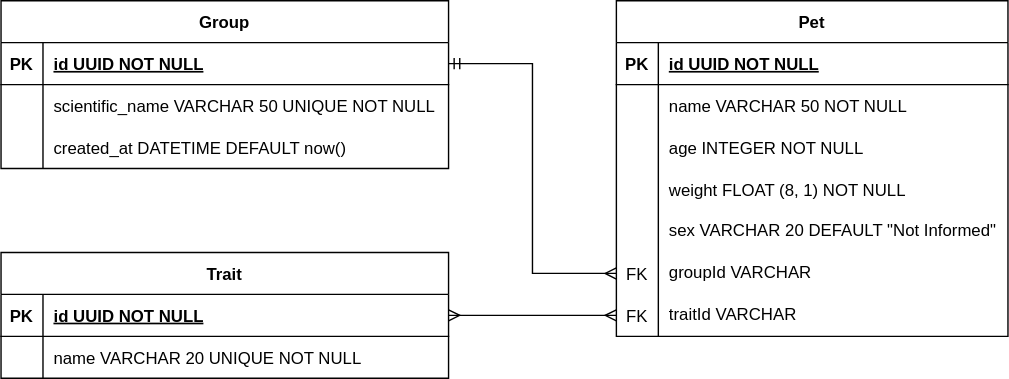
The draw.io diagram ER_Diagram.svg in Kenzie-Academy-Brasil-Developers/django--pet-care-kenzieAcademy, before a commit. Source tidied: cells renumbered, new cells last; positions are measured from the earlier drawing's top-left corner, leaving out a move shared by most shapes.
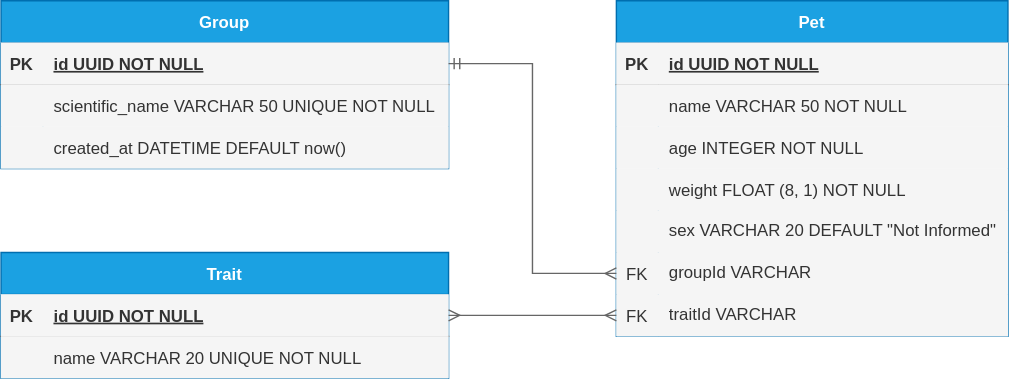
The same file after the commit.

Commit message:
CHORE: Adição do README.md detalhado da aplicação

Diff of the diagram source:
```diff
@@ -2,127 +2,127 @@
   <root>
     <mxCell id="0" />
     <mxCell id="1" parent="0" />
-    <mxCell id="2" value="Pet" style="shape=table;startSize=30;rowLines=0;fontStyle=1;align=center;" parent="1" vertex="1">
+    <mxCell id="2" value="Pet" style="shape=table;startSize=30;rowLines=0;fontStyle=1;align=center;fillColor=#1ba1e2;strokeColor=#006EAF;fontColor=#ffffff;" parent="1" vertex="1">
       <mxGeometry x="440" width="280" height="240" as="geometry" />
     </mxCell>
-    <mxCell id="3" style="shape=tableRow;horizontal=0;startSize=0;swimlaneHead=0;swimlaneBody=0;fillColor=none;top=0;left=0;right=0;bottom=1;" parent="2" vertex="1">
+    <mxCell id="3" style="shape=tableRow;horizontal=0;startSize=0;swimlaneHead=0;swimlaneBody=0;fillColor=#f5f5f5;top=0;left=0;right=0;bottom=1;strokeColor=#666666;fontColor=#333333;" parent="2" vertex="1">
       <mxGeometry y="30" width="280" height="30" as="geometry" />
     </mxCell>
-    <mxCell id="4" value="PK" style="shape=partialRectangle;fillColor=none;top=0;left=0;bottom=0;right=0;fontStyle=1;overflow=hidden;" parent="3" vertex="1">
+    <mxCell id="4" value="PK" style="shape=partialRectangle;fillColor=#f5f5f5;top=0;left=0;bottom=0;right=0;fontStyle=1;overflow=hidden;strokeColor=#666666;fontColor=#333333;" parent="3" vertex="1">
       <mxGeometry width="30" height="30" as="geometry" />
     </mxCell>
-    <mxCell id="5" value="id UUID NOT NULL" style="shape=partialRectangle;fillColor=none;top=0;left=0;bottom=0;right=0;align=left;spacingLeft=6;fontStyle=5;overflow=hidden;" parent="3" vertex="1">
+    <mxCell id="5" value="id UUID NOT NULL" style="shape=partialRectangle;fillColor=#f5f5f5;top=0;left=0;bottom=0;right=0;align=left;spacingLeft=6;fontStyle=5;overflow=hidden;strokeColor=#666666;fontColor=#333333;" parent="3" vertex="1">
       <mxGeometry x="30" width="250" height="30" as="geometry" />
     </mxCell>
-    <mxCell id="6" style="shape=tableRow;horizontal=0;startSize=0;swimlaneHead=0;swimlaneBody=0;fillColor=none;top=0;left=0;right=0;bottom=0;" parent="2" vertex="1">
+    <mxCell id="6" style="shape=tableRow;horizontal=0;startSize=0;swimlaneHead=0;swimlaneBody=0;fillColor=#f5f5f5;top=0;left=0;right=0;bottom=0;strokeColor=#666666;fontColor=#333333;" parent="2" vertex="1">
       <mxGeometry y="60" width="280" height="30" as="geometry" />
     </mxCell>
-    <mxCell id="7" style="shape=partialRectangle;fillColor=none;top=0;left=0;bottom=0;right=0;overflow=hidden;" parent="6" vertex="1">
+    <mxCell id="7" style="shape=partialRectangle;fillColor=#f5f5f5;top=0;left=0;bottom=0;right=0;overflow=hidden;strokeColor=#666666;fontColor=#333333;" parent="6" vertex="1">
       <mxGeometry width="30" height="30" as="geometry" />
     </mxCell>
-    <mxCell id="8" value="name VARCHAR 50 NOT NULL" style="shape=partialRectangle;fillColor=none;top=0;left=0;bottom=0;right=0;align=left;spacingLeft=6;overflow=hidden;" parent="6" vertex="1">
+    <mxCell id="8" value="name VARCHAR 50 NOT NULL" style="shape=partialRectangle;fillColor=#f5f5f5;top=0;left=0;bottom=0;right=0;align=left;spacingLeft=6;overflow=hidden;strokeColor=#666666;fontColor=#333333;" parent="6" vertex="1">
       <mxGeometry x="30" width="250" height="30" as="geometry" />
     </mxCell>
-    <mxCell id="9" style="shape=tableRow;horizontal=0;startSize=0;swimlaneHead=0;swimlaneBody=0;fillColor=none;top=0;left=0;right=0;bottom=0;" parent="2" vertex="1">
+    <mxCell id="9" style="shape=tableRow;horizontal=0;startSize=0;swimlaneHead=0;swimlaneBody=0;fillColor=#f5f5f5;top=0;left=0;right=0;bottom=0;strokeColor=#666666;fontColor=#333333;" parent="2" vertex="1">
       <mxGeometry y="90" width="280" height="30" as="geometry" />
     </mxCell>
-    <mxCell id="10" style="shape=partialRectangle;fillColor=none;top=0;left=0;bottom=0;right=0;overflow=hidden;" parent="9" vertex="1">
+    <mxCell id="10" style="shape=partialRectangle;fillColor=#f5f5f5;top=0;left=0;bottom=0;right=0;overflow=hidden;strokeColor=#666666;fontColor=#333333;" parent="9" vertex="1">
       <mxGeometry width="30" height="30" as="geometry" />
     </mxCell>
-    <mxCell id="11" value="age INTEGER NOT NULL" style="shape=partialRectangle;fillColor=none;top=0;left=0;bottom=0;right=0;align=left;spacingLeft=6;overflow=hidden;" parent="9" vertex="1">
+    <mxCell id="11" value="age INTEGER NOT NULL" style="shape=partialRectangle;fillColor=#f5f5f5;top=0;left=0;bottom=0;right=0;align=left;spacingLeft=6;overflow=hidden;strokeColor=#666666;fontColor=#333333;" parent="9" vertex="1">
       <mxGeometry x="30" width="250" height="30" as="geometry" />
     </mxCell>
-    <mxCell id="12" style="shape=tableRow;horizontal=0;startSize=0;swimlaneHead=0;swimlaneBody=0;fillColor=none;top=0;left=0;right=0;bottom=0;" parent="2" vertex="1">
+    <mxCell id="12" style="shape=tableRow;horizontal=0;startSize=0;swimlaneHead=0;swimlaneBody=0;fillColor=#f5f5f5;top=0;left=0;right=0;bottom=0;strokeColor=#666666;fontColor=#333333;" parent="2" vertex="1">
       <mxGeometry y="120" width="280" height="30" as="geometry" />
     </mxCell>
-    <mxCell id="13" style="shape=partialRectangle;fillColor=none;top=0;left=0;bottom=0;right=0;overflow=hidden;" parent="12" vertex="1">
+    <mxCell id="13" style="shape=partialRectangle;fillColor=#f5f5f5;top=0;left=0;bottom=0;right=0;overflow=hidden;strokeColor=#666666;fontColor=#333333;" parent="12" vertex="1">
       <mxGeometry width="30" height="30" as="geometry" />
     </mxCell>
-    <mxCell id="14" value="weight FLOAT (8, 1) NOT NULL" style="shape=partialRectangle;fillColor=none;top=0;left=0;bottom=0;right=0;align=left;spacingLeft=6;overflow=hidden;" parent="12" vertex="1">
+    <mxCell id="14" value="weight FLOAT (8, 1) NOT NULL" style="shape=partialRectangle;fillColor=#f5f5f5;top=0;left=0;bottom=0;right=0;align=left;spacingLeft=6;overflow=hidden;strokeColor=#666666;fontColor=#333333;" parent="12" vertex="1">
       <mxGeometry x="30" width="250" height="30" as="geometry" />
     </mxCell>
-    <mxCell id="15" style="shape=tableRow;horizontal=0;startSize=0;swimlaneHead=0;swimlaneBody=0;fillColor=none;top=0;left=0;right=0;bottom=0;" parent="2" vertex="1">
+    <mxCell id="15" style="shape=tableRow;horizontal=0;startSize=0;swimlaneHead=0;swimlaneBody=0;fillColor=#f5f5f5;top=0;left=0;right=0;bottom=0;strokeColor=#666666;fontColor=#333333;" parent="2" vertex="1">
       <mxGeometry y="150" width="280" height="30" as="geometry" />
     </mxCell>
-    <mxCell id="16" style="shape=partialRectangle;fillColor=none;top=0;left=0;bottom=0;right=0;overflow=hidden;" parent="15" vertex="1">
+    <mxCell id="16" style="shape=partialRectangle;fillColor=#f5f5f5;top=0;left=0;bottom=0;right=0;overflow=hidden;strokeColor=#666666;fontColor=#333333;" parent="15" vertex="1">
       <mxGeometry width="30" height="30" as="geometry" />
     </mxCell>
-    <mxCell id="17" value="sex VARCHAR 20 DEFAULT &quot;Not Informed&quot;" style="shape=partialRectangle;fillColor=none;top=0;left=0;bottom=0;right=0;align=left;spacingLeft=6;overflow=hidden;html=1;" parent="15" vertex="1">
+    <mxCell id="17" value="sex VARCHAR 20 DEFAULT &quot;Not Informed&quot;" style="shape=partialRectangle;fillColor=#f5f5f5;top=0;left=0;bottom=0;right=0;align=left;spacingLeft=6;overflow=hidden;html=1;strokeColor=#666666;fontColor=#333333;" parent="15" vertex="1">
       <mxGeometry x="30" width="250" height="30" as="geometry" />
     </mxCell>
-    <mxCell id="18" style="shape=tableRow;horizontal=0;startSize=0;swimlaneHead=0;swimlaneBody=0;fillColor=none;points=[[0,0.5],[1,0.5]];portConstraint=eastwest;top=0;left=0;right=0;bottom=0;" parent="2" vertex="1">
+    <mxCell id="18" style="shape=tableRow;horizontal=0;startSize=0;swimlaneHead=0;swimlaneBody=0;fillColor=#f5f5f5;points=[[0,0.5],[1,0.5]];portConstraint=eastwest;top=0;left=0;right=0;bottom=0;strokeColor=#666666;fontColor=#333333;" parent="2" vertex="1">
       <mxGeometry y="180" width="280" height="30" as="geometry" />
     </mxCell>
-    <mxCell id="19" value="FK" style="shape=partialRectangle;fillColor=none;top=0;left=0;bottom=0;right=0;overflow=hidden;" parent="18" vertex="1">
+    <mxCell id="19" value="FK" style="shape=partialRectangle;fillColor=#f5f5f5;top=0;left=0;bottom=0;right=0;overflow=hidden;strokeColor=#666666;fontColor=#333333;" parent="18" vertex="1">
       <mxGeometry width="30" height="30" as="geometry" />
     </mxCell>
-    <mxCell id="20" value="groupId VARCHAR&amp;nbsp;" style="shape=partialRectangle;fillColor=none;top=0;left=0;bottom=0;right=0;align=left;spacingLeft=6;overflow=hidden;html=1;" parent="18" vertex="1">
+    <mxCell id="20" value="groupId VARCHAR&amp;nbsp;" style="shape=partialRectangle;fillColor=#f5f5f5;top=0;left=0;bottom=0;right=0;align=left;spacingLeft=6;overflow=hidden;html=1;strokeColor=#666666;fontColor=#333333;" parent="18" vertex="1">
       <mxGeometry x="30" width="250" height="30" as="geometry" />
     </mxCell>
-    <mxCell id="21" style="shape=tableRow;horizontal=0;startSize=0;swimlaneHead=0;swimlaneBody=0;fillColor=none;points=[[0,0.5],[1,0.5]];portConstraint=eastwest;top=0;left=0;right=0;bottom=0;" parent="2" vertex="1">
+    <mxCell id="21" style="shape=tableRow;horizontal=0;startSize=0;swimlaneHead=0;swimlaneBody=0;fillColor=#f5f5f5;points=[[0,0.5],[1,0.5]];portConstraint=eastwest;top=0;left=0;right=0;bottom=0;strokeColor=#666666;fontColor=#333333;" parent="2" vertex="1">
       <mxGeometry y="210" width="280" height="30" as="geometry" />
     </mxCell>
-    <mxCell id="22" value="FK" style="shape=partialRectangle;fillColor=none;top=0;left=0;bottom=0;right=0;overflow=hidden;" parent="21" vertex="1">
+    <mxCell id="22" value="FK" style="shape=partialRectangle;fillColor=#f5f5f5;top=0;left=0;bottom=0;right=0;overflow=hidden;strokeColor=#666666;fontColor=#333333;" parent="21" vertex="1">
       <mxGeometry width="30" height="30" as="geometry" />
     </mxCell>
-    <mxCell id="23" value="traitId VARCHAR" style="shape=partialRectangle;fillColor=none;top=0;left=0;bottom=0;right=0;align=left;spacingLeft=6;overflow=hidden;html=1;" parent="21" vertex="1">
+    <mxCell id="23" value="traitId VARCHAR" style="shape=partialRectangle;fillColor=#f5f5f5;top=0;left=0;bottom=0;right=0;align=left;spacingLeft=6;overflow=hidden;html=1;strokeColor=#666666;fontColor=#333333;" parent="21" vertex="1">
       <mxGeometry x="30" width="250" height="30" as="geometry" />
     </mxCell>
-    <mxCell id="24" value="Group" style="shape=table;startSize=30;rowLines=0;fontStyle=1;align=center;" parent="1" vertex="1">
+    <mxCell id="24" value="Group" style="shape=table;startSize=30;rowLines=0;fontStyle=1;align=center;fillColor=#1ba1e2;strokeColor=#006EAF;fontColor=#ffffff;" parent="1" vertex="1">
       <mxGeometry width="320" height="120" as="geometry" />
     </mxCell>
-    <mxCell id="25" style="shape=tableRow;horizontal=0;startSize=0;swimlaneHead=0;swimlaneBody=0;fillColor=none;points=[[0,0.5],[1,0.5]];portConstraint=eastwest;top=0;left=0;right=0;bottom=1;" parent="24" vertex="1">
+    <mxCell id="25" style="shape=tableRow;horizontal=0;startSize=0;swimlaneHead=0;swimlaneBody=0;fillColor=#f5f5f5;points=[[0,0.5],[1,0.5]];portConstraint=eastwest;top=0;left=0;right=0;bottom=1;strokeColor=#666666;fontColor=#333333;" parent="24" vertex="1">
       <mxGeometry y="30" width="320" height="30" as="geometry" />
     </mxCell>
-    <mxCell id="26" value="PK" style="shape=partialRectangle;fillColor=none;top=0;left=0;bottom=0;right=0;fontStyle=1;overflow=hidden;" parent="25" vertex="1">
+    <mxCell id="26" value="PK" style="shape=partialRectangle;fillColor=#f5f5f5;top=0;left=0;bottom=0;right=0;fontStyle=1;overflow=hidden;strokeColor=#666666;fontColor=#333333;" parent="25" vertex="1">
       <mxGeometry width="30" height="30" as="geometry" />
     </mxCell>
-    <mxCell id="27" value="id UUID NOT NULL" style="shape=partialRectangle;fillColor=none;top=0;left=0;bottom=0;right=0;align=left;spacingLeft=6;fontStyle=5;overflow=hidden;" parent="25" vertex="1">
+    <mxCell id="27" value="id UUID NOT NULL" style="shape=partialRectangle;fillColor=#f5f5f5;top=0;left=0;bottom=0;right=0;align=left;spacingLeft=6;fontStyle=5;overflow=hidden;strokeColor=#666666;fontColor=#333333;" parent="25" vertex="1">
       <mxGeometry x="30" width="290" height="30" as="geometry" />
     </mxCell>
-    <mxCell id="28" style="shape=tableRow;horizontal=0;startSize=0;swimlaneHead=0;swimlaneBody=0;fillColor=none;top=0;left=0;right=0;bottom=0;" parent="24" vertex="1">
+    <mxCell id="28" style="shape=tableRow;horizontal=0;startSize=0;swimlaneHead=0;swimlaneBody=0;fillColor=#f5f5f5;top=0;left=0;right=0;bottom=0;strokeColor=#666666;fontColor=#333333;" parent="24" vertex="1">
       <mxGeometry y="60" width="320" height="30" as="geometry" />
     </mxCell>
-    <mxCell id="29" style="shape=partialRectangle;fillColor=none;top=0;left=0;bottom=0;right=0;overflow=hidden;" parent="28" vertex="1">
+    <mxCell id="29" style="shape=partialRectangle;fillColor=#f5f5f5;top=0;left=0;bottom=0;right=0;overflow=hidden;strokeColor=#666666;fontColor=#333333;" parent="28" vertex="1">
       <mxGeometry width="30" height="30" as="geometry" />
     </mxCell>
-    <mxCell id="30" value="scientific_name VARCHAR 50 UNIQUE NOT NULL" style="shape=partialRectangle;fillColor=none;top=0;left=0;bottom=0;right=0;align=left;spacingLeft=6;overflow=hidden;" parent="28" vertex="1">
+    <mxCell id="30" value="scientific_name VARCHAR 50 UNIQUE NOT NULL" style="shape=partialRectangle;fillColor=#f5f5f5;top=0;left=0;bottom=0;right=0;align=left;spacingLeft=6;overflow=hidden;strokeColor=#666666;fontColor=#333333;" parent="28" vertex="1">
       <mxGeometry x="30" width="290" height="30" as="geometry" />
     </mxCell>
-    <mxCell id="31" style="shape=tableRow;horizontal=0;startSize=0;swimlaneHead=0;swimlaneBody=0;fillColor=none;top=0;left=0;right=0;bottom=0;" parent="24" vertex="1">
+    <mxCell id="31" style="shape=tableRow;horizontal=0;startSize=0;swimlaneHead=0;swimlaneBody=0;fillColor=#f5f5f5;top=0;left=0;right=0;bottom=0;strokeColor=#666666;fontColor=#333333;" parent="24" vertex="1">
       <mxGeometry y="90" width="320" height="30" as="geometry" />
     </mxCell>
-    <mxCell id="32" style="shape=partialRectangle;fillColor=none;top=0;left=0;bottom=0;right=0;overflow=hidden;" parent="31" vertex="1">
+    <mxCell id="32" style="shape=partialRectangle;fillColor=#f5f5f5;top=0;left=0;bottom=0;right=0;overflow=hidden;strokeColor=#666666;fontColor=#333333;" parent="31" vertex="1">
       <mxGeometry width="30" height="30" as="geometry" />
     </mxCell>
-    <mxCell id="33" value="created_at DATETIME DEFAULT now()" style="shape=partialRectangle;fillColor=none;top=0;left=0;bottom=0;right=0;align=left;spacingLeft=6;overflow=hidden;" parent="31" vertex="1">
+    <mxCell id="33" value="created_at DATETIME DEFAULT now()" style="shape=partialRectangle;fillColor=#f5f5f5;top=0;left=0;bottom=0;right=0;align=left;spacingLeft=6;overflow=hidden;strokeColor=#666666;fontColor=#333333;" parent="31" vertex="1">
       <mxGeometry x="30" width="290" height="30" as="geometry" />
     </mxCell>
-    <mxCell id="34" value="Trait" style="shape=table;startSize=30;rowLines=0;fontStyle=1;align=center;" parent="1" vertex="1">
+    <mxCell id="34" value="Trait" style="shape=table;startSize=30;rowLines=0;fontStyle=1;align=center;fillColor=#1ba1e2;strokeColor=#006EAF;fontColor=#ffffff;" parent="1" vertex="1">
       <mxGeometry y="180" width="320" height="90" as="geometry" />
     </mxCell>
-    <mxCell id="35" style="shape=tableRow;horizontal=0;startSize=0;swimlaneHead=0;swimlaneBody=0;fillColor=none;points=[[0,0.5],[1,0.5]];portConstraint=eastwest;top=0;left=0;right=0;bottom=1;" parent="34" vertex="1">
+    <mxCell id="35" style="shape=tableRow;horizontal=0;startSize=0;swimlaneHead=0;swimlaneBody=0;fillColor=#f5f5f5;points=[[0,0.5],[1,0.5]];portConstraint=eastwest;top=0;left=0;right=0;bottom=1;strokeColor=#666666;fontColor=#333333;" parent="34" vertex="1">
       <mxGeometry y="30" width="320" height="30" as="geometry" />
     </mxCell>
-    <mxCell id="36" value="PK" style="shape=partialRectangle;fillColor=none;top=0;left=0;bottom=0;right=0;fontStyle=1;overflow=hidden;" parent="35" vertex="1">
+    <mxCell id="36" value="PK" style="shape=partialRectangle;fillColor=#f5f5f5;top=0;left=0;bottom=0;right=0;fontStyle=1;overflow=hidden;strokeColor=#666666;fontColor=#333333;" parent="35" vertex="1">
       <mxGeometry width="30" height="30" as="geometry" />
     </mxCell>
-    <mxCell id="37" value="id UUID NOT NULL" style="shape=partialRectangle;fillColor=none;top=0;left=0;bottom=0;right=0;align=left;spacingLeft=6;fontStyle=5;overflow=hidden;" parent="35" vertex="1">
+    <mxCell id="37" value="id UUID NOT NULL" style="shape=partialRectangle;fillColor=#f5f5f5;top=0;left=0;bottom=0;right=0;align=left;spacingLeft=6;fontStyle=5;overflow=hidden;strokeColor=#666666;fontColor=#333333;" parent="35" vertex="1">
       <mxGeometry x="30" width="290" height="30" as="geometry" />
     </mxCell>
-    <mxCell id="38" style="shape=tableRow;horizontal=0;startSize=0;swimlaneHead=0;swimlaneBody=0;fillColor=none;top=0;left=0;right=0;bottom=0;" parent="34" vertex="1">
+    <mxCell id="38" style="shape=tableRow;horizontal=0;startSize=0;swimlaneHead=0;swimlaneBody=0;fillColor=#f5f5f5;top=0;left=0;right=0;bottom=0;strokeColor=#666666;fontColor=#333333;" parent="34" vertex="1">
       <mxGeometry y="60" width="320" height="30" as="geometry" />
     </mxCell>
-    <mxCell id="39" style="shape=partialRectangle;fillColor=none;top=0;left=0;bottom=0;right=0;overflow=hidden;" parent="38" vertex="1">
+    <mxCell id="39" style="shape=partialRectangle;fillColor=#f5f5f5;top=0;left=0;bottom=0;right=0;overflow=hidden;strokeColor=#666666;fontColor=#333333;" parent="38" vertex="1">
       <mxGeometry width="30" height="30" as="geometry" />
     </mxCell>
-    <mxCell id="40" value="name VARCHAR 20 UNIQUE NOT NULL" style="shape=partialRectangle;fillColor=none;top=0;left=0;bottom=0;right=0;align=left;spacingLeft=6;overflow=hidden;" parent="38" vertex="1">
+    <mxCell id="40" value="name VARCHAR 20 UNIQUE NOT NULL" style="shape=partialRectangle;fillColor=#f5f5f5;top=0;left=0;bottom=0;right=0;align=left;spacingLeft=6;overflow=hidden;strokeColor=#666666;fontColor=#333333;" parent="38" vertex="1">
       <mxGeometry x="30" width="290" height="30" as="geometry" />
     </mxCell>
-    <mxCell id="41" style="edgeStyle=orthogonalEdgeStyle;rounded=0;jettySize=auto;html=1;exitX=1;exitY=0.5;exitDx=0;exitDy=0;entryX=0;entryY=0.5;entryDx=0;entryDy=0;startArrow=ERmany;startFill=0;endArrow=ERmany;endFill=0;" parent="1" edge="1" source="35" target="21">
+    <mxCell id="41" style="edgeStyle=orthogonalEdgeStyle;rounded=0;jettySize=auto;html=1;exitX=1;exitY=0.5;exitDx=0;exitDy=0;entryX=0;entryY=0.5;entryDx=0;entryDy=0;startArrow=ERmany;startFill=0;endArrow=ERmany;endFill=0;fillColor=#f5f5f5;strokeColor=#666666;" parent="1" edge="1" source="35" target="21">
       <mxGeometry relative="1" as="geometry" />
     </mxCell>
-    <mxCell id="42" style="edgeStyle=orthogonalEdgeStyle;rounded=0;jettySize=auto;html=1;exitX=1;exitY=0.5;exitDx=0;exitDy=0;entryX=0;entryY=0.5;entryDx=0;entryDy=0;startArrow=ERmandOne;startFill=0;endArrow=ERmany;endFill=0;" parent="1" edge="1" source="25" target="18">
+    <mxCell id="42" style="edgeStyle=orthogonalEdgeStyle;rounded=0;jettySize=auto;html=1;exitX=1;exitY=0.5;exitDx=0;exitDy=0;entryX=0;entryY=0.5;entryDx=0;entryDy=0;startArrow=ERmandOne;startFill=0;endArrow=ERmany;endFill=0;fillColor=#f5f5f5;strokeColor=#666666;" parent="1" edge="1" source="25" target="18">
       <mxGeometry relative="1" as="geometry">
         <Array as="points">
           <mxPoint x="380" y="45" />
```
